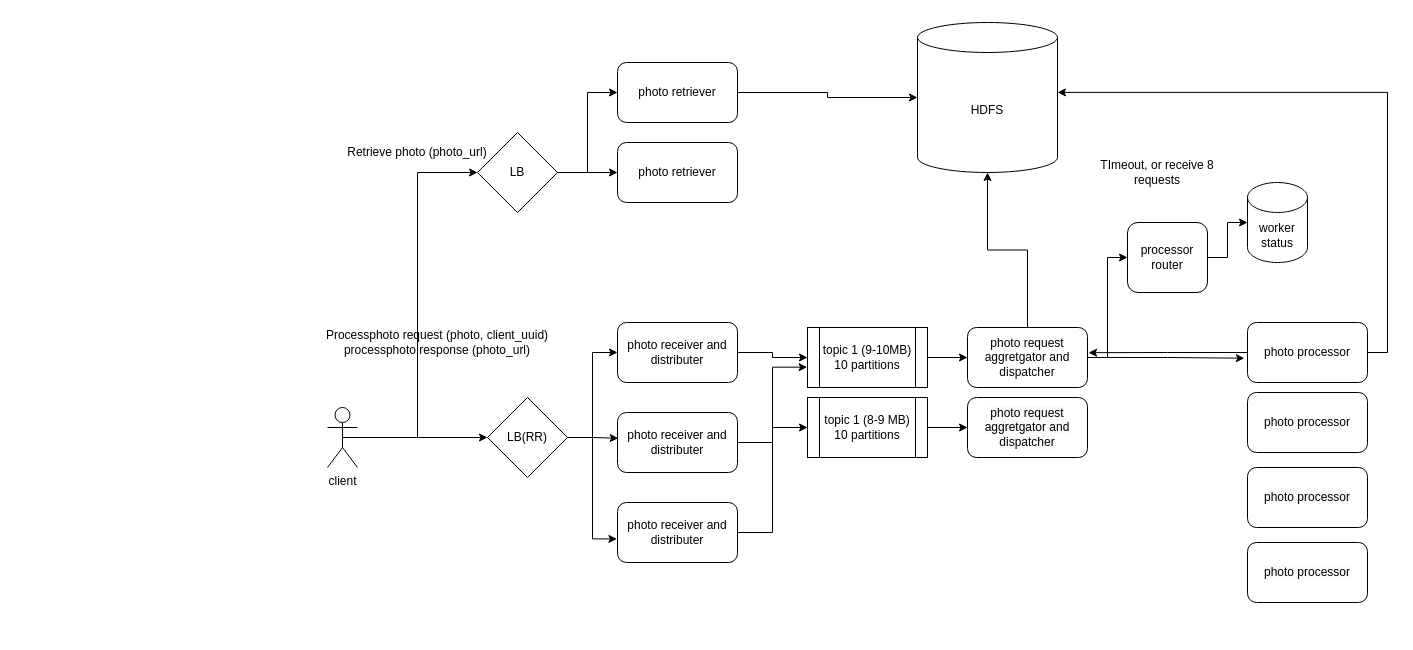
This is DesignQuestions/Google.drawio from evanlb/DesignSystem, a draw.io file, before an edit. Source tidied: cells renumbered, new cells numbered last; positions are measured from the earlier drawing's top-left corner, leaving out a move shared by most shapes. Both pictures are drawn from the tidied source at 100%, with x=0, y=0 at pixel (317, 22).
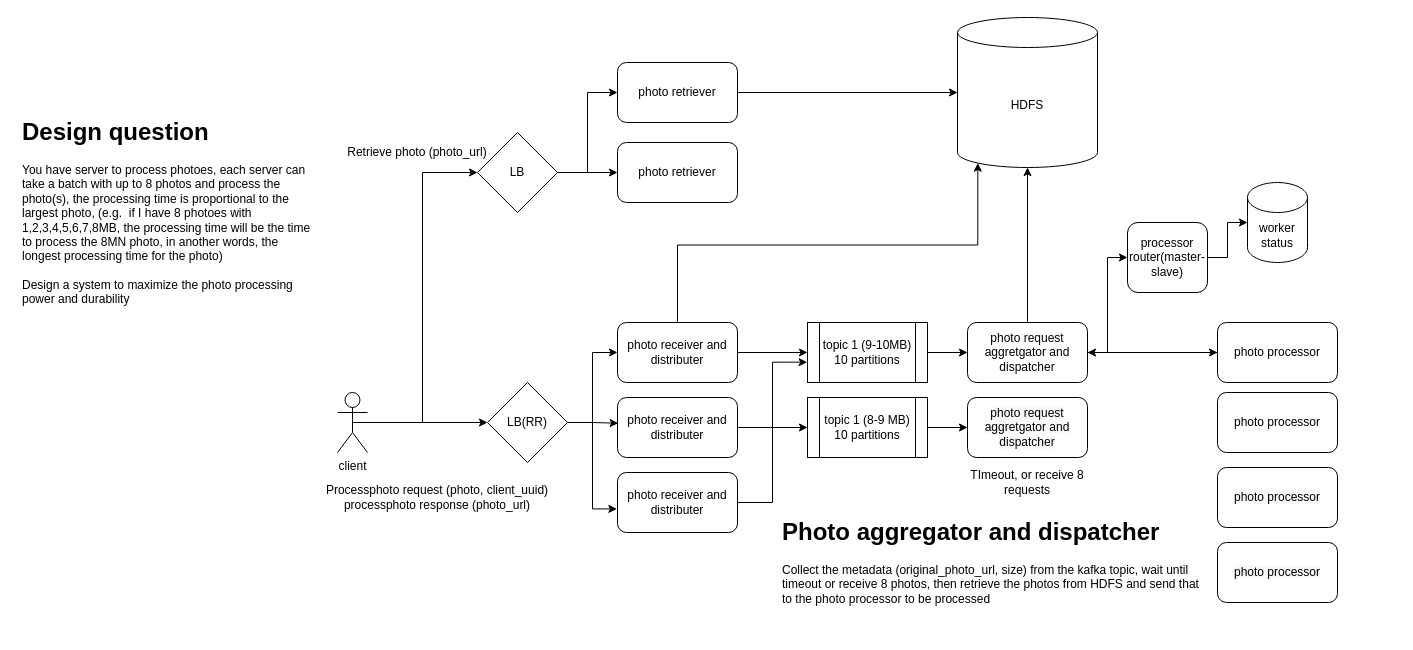
After the change.

Unchanged cells that the change refers to:
```xml
<mxCell id="16" value="photo receiver and distributer" style="rounded=1;whiteSpace=wrap;html=1;" parent="1" vertex="1">
  <mxGeometry x="300" y="300" width="120" height="60" as="geometry" />
</mxCell>
```

What changed in the source:
```diff
@@
     <mxCell id="4" value="client" style="shape=umlActor;verticalLabelPosition=bottom;verticalAlign=top;html=1;outlineConnect=0;" parent="1" vertex="1">
-      <mxGeometry x="10" y="385" width="30" height="60" as="geometry" />
+      <mxGeometry x="20" y="370" width="30" height="60" as="geometry" />
     </mxCell>
     <mxCell id="5" value="Processphoto request (photo, client_uuid)&lt;br&gt;processphoto response (photo_url)" style="text;html=1;strokeColor=none;fillColor=none;align=center;verticalAlign=middle;whiteSpace=wrap;rounded=0;" parent="1" vertex="1">
-      <mxGeometry y="290" width="240" height="60" as="geometry" />
+      <mxGeometry y="445" width="240" height="60" as="geometry" />
     </mxCell>
     <mxCell id="6" value="HDFS" style="shape=cylinder3;whiteSpace=wrap;html=1;boundedLbl=1;backgroundOutline=1;size=15;" parent="1" vertex="1">
-      <mxGeometry x="600" width="140" height="150" as="geometry" />
+      <mxGeometry x="640" y="-5" width="140" height="150" as="geometry" />
     </mxCell>
     <mxCell id="7" value="photo processor" style="rounded=1;whiteSpace=wrap;html=1;" parent="1" vertex="1">
-      <mxGeometry x="930" y="370" width="120" height="60" as="geometry" />
+      <mxGeometry x="900" y="370" width="120" height="60" as="geometry" />
     </mxCell>
     <mxCell id="8" value="&#10;&#10;&lt;span style=&quot;color: rgb(0, 0, 0); font-family: helvetica; font-size: 12px; font-style: normal; font-weight: 400; letter-spacing: normal; text-align: center; text-indent: 0px; text-transform: none; word-spacing: 0px; background-color: rgb(248, 249, 250); display: inline; float: none;&quot;&gt;photo processor&lt;/span&gt;&#10;&#10;" style="rounded=1;whiteSpace=wrap;html=1;" parent="1" vertex="1">
-      <mxGeometry x="930" y="520" width="120" height="60" as="geometry" />
+      <mxGeometry x="900" y="520" width="120" height="60" as="geometry" />
     </mxCell>
@@
     <mxCell id="10" value="topic 1 (9-10MB)&lt;br&gt;10 partitions" style="shape=process;whiteSpace=wrap;html=1;backgroundOutline=1;" parent="1" vertex="1">
-      <mxGeometry x="490" y="305" width="120" height="60" as="geometry" />
+      <mxGeometry x="490" y="300" width="120" height="60" as="geometry" />
     </mxCell>
@@
     <mxCell id="12" value="photo receiver and distributer" style="rounded=1;whiteSpace=wrap;html=1;" parent="1" vertex="1">
-      <mxGeometry x="300" y="390" width="120" height="60" as="geometry" />
+      <mxGeometry x="300" y="375" width="120" height="60" as="geometry" />
     </mxCell>
@@
     <mxCell id="14" value="photo receiver and distributer" style="rounded=1;whiteSpace=wrap;html=1;" parent="1" vertex="1">
-      <mxGeometry x="300" y="480" width="120" height="60" as="geometry" />
+      <mxGeometry x="300" y="450" width="120" height="60" as="geometry" />
     </mxCell>
@@
+    <mxCell id="43" style="edgeStyle=orthogonalEdgeStyle;rounded=0;jettySize=auto;html=1;exitX=0.5;exitY=0;exitDx=0;exitDy=0;entryX=0.145;entryY=1;entryDx=0;entryDy=-4.35;entryPerimeter=0;" parent="1" edge="1" source="16" target="6">
+      <mxGeometry relative="1" as="geometry" />
+    </mxCell>
@@
     <mxCell id="20" value="LB(RR)" style="rhombus;whiteSpace=wrap;html=1;" parent="1" vertex="1">
-      <mxGeometry x="170" y="375" width="80" height="80" as="geometry" />
+      <mxGeometry x="170" y="360" width="80" height="80" as="geometry" />
     </mxCell>
     <mxCell id="21" value="&#10;&#10;&lt;span style=&quot;color: rgb(0, 0, 0); font-family: helvetica; font-size: 12px; font-style: normal; font-weight: 400; letter-spacing: normal; text-align: center; text-indent: 0px; text-transform: none; word-spacing: 0px; background-color: rgb(248, 249, 250); display: inline; float: none;&quot;&gt;photo processor&lt;/span&gt;&#10;&#10;" style="rounded=1;whiteSpace=wrap;html=1;" parent="1" vertex="1">
-      <mxGeometry x="930" y="445" width="120" height="60" as="geometry" />
+      <mxGeometry x="900" y="445" width="120" height="60" as="geometry" />
     </mxCell>
-    <mxCell id="22" style="edgeStyle=orthogonalEdgeStyle;rounded=0;jettySize=auto;html=1;exitX=1;exitY=0.5;exitDx=0;exitDy=0;entryX=1;entryY=0.466;entryDx=0;entryDy=0;entryPerimeter=0;" parent="1" edge="1" source="24" target="6">
-      <mxGeometry relative="1" as="geometry" />
-    </mxCell>
-    <mxCell id="23" style="edgeStyle=orthogonalEdgeStyle;rounded=0;jettySize=auto;html=1;exitX=0;exitY=0.5;exitDx=0;exitDy=0;entryX=1.009;entryY=0.42;entryDx=0;entryDy=0;entryPerimeter=0;" parent="1" edge="1" source="24" target="28">
+    <mxCell id="23" style="edgeStyle=orthogonalEdgeStyle;rounded=0;jettySize=auto;html=1;exitX=0;exitY=0.5;exitDx=0;exitDy=0;entryX=1;entryY=0.5;entryDx=0;entryDy=0;" parent="1" edge="1" source="24" target="28">
       <mxGeometry relative="1" as="geometry" />
     </mxCell>
     <mxCell id="24" value="photo processor" style="rounded=1;whiteSpace=wrap;html=1;" parent="1" vertex="1">
-      <mxGeometry x="930" y="300" width="120" height="60" as="geometry" />
+      <mxGeometry x="900" y="300" width="120" height="60" as="geometry" />
     </mxCell>
@@
+    <mxCell id="27" style="edgeStyle=orthogonalEdgeStyle;rounded=0;jettySize=auto;html=1;exitX=0.5;exitY=0;exitDx=0;exitDy=0;" parent="1" edge="1" source="28" target="6">
+      <mxGeometry relative="1" as="geometry" />
+    </mxCell>
-    <mxCell id="26" style="edgeStyle=orthogonalEdgeStyle;rounded=0;jettySize=auto;html=1;exitX=1;exitY=0.5;exitDx=0;exitDy=0;entryX=-0.026;entryY=0.595;entryDx=0;entryDy=0;entryPerimeter=0;" parent="1" edge="1" source="28" target="24">
+    <mxCell id="26" style="edgeStyle=orthogonalEdgeStyle;rounded=0;jettySize=auto;html=1;exitX=1;exitY=0.5;exitDx=0;exitDy=0;entryX=0;entryY=0.5;entryDx=0;entryDy=0;" parent="1" edge="1" source="28" target="24">
       <mxGeometry relative="1" as="geometry" />
     </mxCell>
-    <mxCell id="27" style="edgeStyle=orthogonalEdgeStyle;rounded=0;jettySize=auto;html=1;exitX=0.5;exitY=0;exitDx=0;exitDy=0;" parent="1" edge="1" source="28" target="6">
-      <mxGeometry relative="1" as="geometry" />
-    </mxCell>
     <mxCell id="28" value="photo request aggretgator and dispatcher" style="rounded=1;whiteSpace=wrap;html=1;" parent="1" vertex="1">
-      <mxGeometry x="650" y="305" width="120" height="60" as="geometry" />
+      <mxGeometry x="650" y="300" width="120" height="60" as="geometry" />
     </mxCell>
@@
     <mxCell id="32" value="TImeout, or receive 8 requests" style="text;html=1;strokeColor=none;fillColor=none;align=center;verticalAlign=middle;whiteSpace=wrap;rounded=0;" parent="1" vertex="1">
-      <mxGeometry x="780" y="100" width="120" height="100" as="geometry" />
+      <mxGeometry x="650" y="410" width="120" height="100" as="geometry" />
     </mxCell>
@@
-    <mxCell id="34" value="processor router" style="rounded=1;whiteSpace=wrap;html=1;" parent="1" vertex="1">
+    <mxCell id="34" value="processor router(master-slave)" style="rounded=1;whiteSpace=wrap;html=1;" parent="1" vertex="1">
       <mxGeometry x="810" y="200" width="80" height="70" as="geometry" />
     </mxCell>
@@
+    <mxCell id="44" value="&lt;h1&gt;Photo aggregator and dispatcher&lt;/h1&gt;&lt;div&gt;Collect the metadata (original_photo_url, size) from the kafka topic, wait until timeout or receive 8 photos, then retrieve the photos from HDFS and send that to the photo processor to be processed&lt;/div&gt;" style="text;html=1;strokeColor=none;fillColor=none;spacing=5;spacingTop=-20;whiteSpace=wrap;overflow=hidden;rounded=0;" parent="1" vertex="1">
+      <mxGeometry x="460" y="490" width="430" height="120" as="geometry" />
+    </mxCell>
+    <mxCell id="45" value="&lt;h1&gt;Design question&lt;/h1&gt;&lt;p&gt;You have server to process photoes, each server can take a batch with up to 8 photos and process the photo(s), the processing time is proportional to the largest photo, (e.g.&amp;nbsp; if I have 8 photoes with 1,2,3,4,5,6,7,8MB, the processing time will be the time to process the 8MN photo, in another words, the longest processing time for the photo)&lt;br&gt;&lt;br&gt;Design a system to maximize the photo processing power and durability&lt;/p&gt;" style="text;html=1;strokeColor=none;fillColor=none;spacing=5;spacingTop=-20;whiteSpace=wrap;overflow=hidden;rounded=0;" parent="1" vertex="1">
+      <mxGeometry x="-300" y="90" width="300" height="200" as="geometry" />
+    </mxCell>
```
